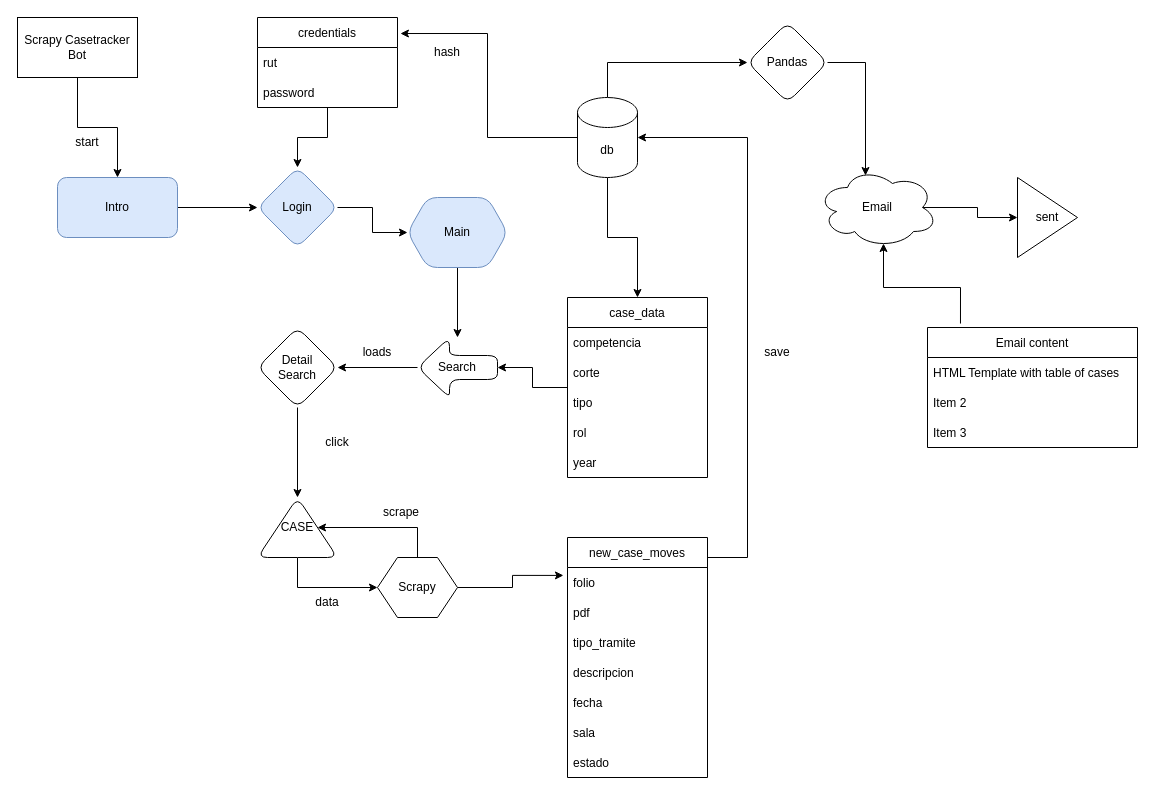
Earlier version of the draw.io diagram page "houndv2" (1 of 2) of houndv2_diagram.drawio (monk3yd/hound-scraper). Source tidied: cells renumbered, new cells numbered last; positions are measured from the earlier drawing's top-left corner, leaving out a move shared by most shapes. Both pictures are drawn from the tidied source at 100%, with x=0, y=0 at pixel (17, 17).
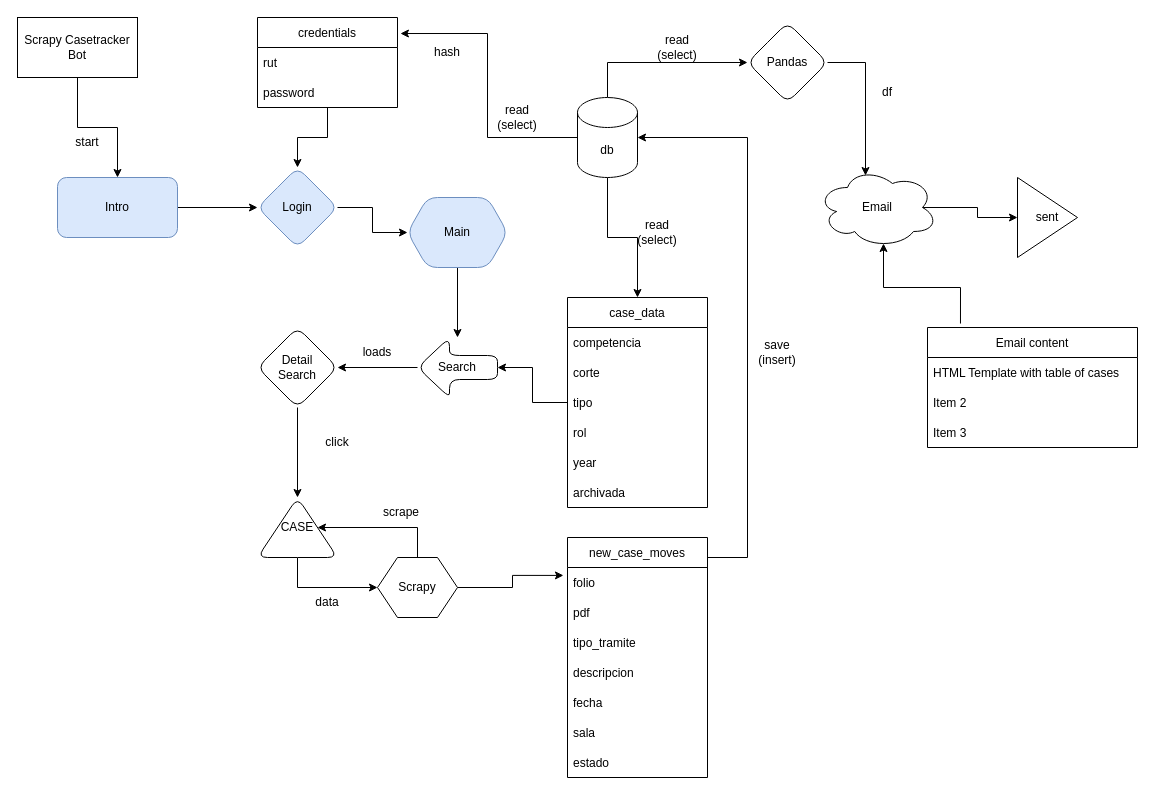
After the change.

Diff of the diagram source:
```diff
@@
     <mxCell id="12" value="case_data" style="swimlane;fontStyle=0;horizontal=1;startSize=30;" parent="1" vertex="1">
-      <mxGeometry x="550" y="280" width="140" height="180" as="geometry" />
+      <mxGeometry x="550" y="280" width="140" height="210" as="geometry" />
     </mxCell>
@@
+    <mxCell id="61" value="archivada" style="text;strokeColor=none;fillColor=none;align=left;verticalAlign=middle;spacingLeft=4;spacingRight=4;overflow=hidden;" parent="12" vertex="1">
+      <mxGeometry y="180" width="140" height="30" as="geometry" />
+    </mxCell>
@@
-    <mxCell id="47" value="save" style="text;html=1;strokeColor=none;fillColor=none;align=center;verticalAlign=middle;whiteSpace=wrap;rounded=0;" parent="1" vertex="1">
+    <mxCell id="47" value="save (insert)" style="text;html=1;strokeColor=none;fillColor=none;align=center;verticalAlign=middle;whiteSpace=wrap;rounded=0;" parent="1" vertex="1">
       <mxGeometry x="730" y="320" width="60" height="30" as="geometry" />
     </mxCell>
@@
+    <mxCell id="62" value="read (select)" style="text;html=1;strokeColor=none;fillColor=none;align=center;verticalAlign=middle;whiteSpace=wrap;rounded=0;" parent="1" vertex="1">
+      <mxGeometry x="610" y="200" width="60" height="30" as="geometry" />
+    </mxCell>
+    <mxCell id="63" value="read (select)" style="text;html=1;strokeColor=none;fillColor=none;align=center;verticalAlign=middle;whiteSpace=wrap;rounded=0;" parent="1" vertex="1">
+      <mxGeometry x="630" y="15" width="60" height="30" as="geometry" />
+    </mxCell>
+    <mxCell id="64" value="df" style="text;html=1;strokeColor=none;fillColor=none;align=center;verticalAlign=middle;whiteSpace=wrap;rounded=0;" parent="1" vertex="1">
+      <mxGeometry x="840" y="60" width="60" height="30" as="geometry" />
+    </mxCell>
+    <mxCell id="65" value="read (select)" style="text;html=1;strokeColor=none;fillColor=none;align=center;verticalAlign=middle;whiteSpace=wrap;rounded=0;" parent="1" vertex="1">
+      <mxGeometry x="470" y="85" width="60" height="30" as="geometry" />
+    </mxCell>
```
